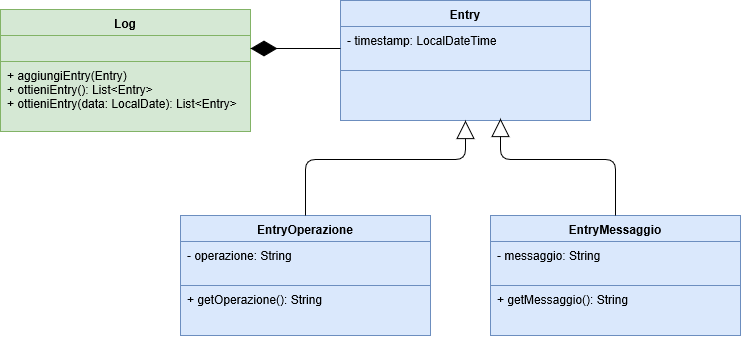
SundavarBlaka/Alexandria keeps this draw.io diagram as Progetto Dettaglio Alexandria/DominioLog.png. Above is the earlier version. Source tidied: cells renumbered, new cells last; positions are measured from the earlier drawing's top-left corner, leaving out a move shared by most shapes.
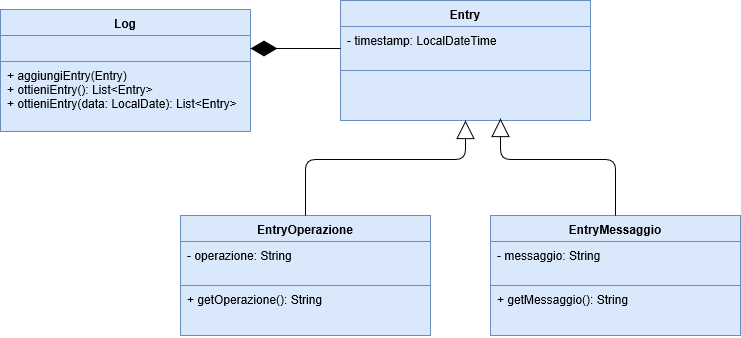
The same file after the commit.

Diff of the diagram source:
```diff
@@ -2,13 +2,13 @@
   <root>
     <mxCell id="0" />
     <mxCell id="1" parent="0" />
-    <mxCell id="2" value="Log&#10;" style="swimlane;fontStyle=1;align=center;verticalAlign=top;horizontal=1;startSize=26;fillColor=#d5e8d4;strokeColor=#82b366;" parent="1" vertex="1">
+    <mxCell id="2" value="Log&#10;" style="swimlane;fontStyle=1;align=center;verticalAlign=top;horizontal=1;startSize=26;fillColor=#dae8fc;strokeColor=#6c8ebf;" parent="1" vertex="1">
       <mxGeometry y="9" width="250" height="122" as="geometry" />
     </mxCell>
-    <mxCell id="3" style="text;strokeColor=#82b366;fillColor=#d5e8d4;align=left;verticalAlign=top;spacingLeft=4;spacingRight=4;overflow=hidden;points=[[0,0.5],[1,0.5]];portConstraint=eastwest;" parent="2" vertex="1">
+    <mxCell id="3" style="text;strokeColor=#6c8ebf;fillColor=#dae8fc;align=left;verticalAlign=top;spacingLeft=4;spacingRight=4;overflow=hidden;points=[[0,0.5],[1,0.5]];portConstraint=eastwest;" parent="2" vertex="1">
       <mxGeometry y="26" width="250" height="26" as="geometry" />
     </mxCell>
-    <mxCell id="4" value="+ aggiungiEntry(Entry)&#10;+ ottieniEntry(): List&lt;Entry&gt;&#10;+ ottieniEntry(data: LocalDate): List&lt;Entry&gt;&#10;" style="text;strokeColor=#82b366;fillColor=#d5e8d4;align=left;verticalAlign=top;spacingLeft=4;spacingRight=4;overflow=hidden;" parent="2" vertex="1">
+    <mxCell id="4" value="+ aggiungiEntry(Entry)&#10;+ ottieniEntry(): List&lt;Entry&gt;&#10;+ ottieniEntry(data: LocalDate): List&lt;Entry&gt;&#10;" style="text;strokeColor=#6c8ebf;fillColor=#dae8fc;align=left;verticalAlign=top;spacingLeft=4;spacingRight=4;overflow=hidden;" parent="2" vertex="1">
       <mxGeometry y="52" width="250" height="70" as="geometry" />
     </mxCell>
     <mxCell id="5" value="Entry" style="swimlane;fontStyle=1;align=center;verticalAlign=top;horizontal=1;startSize=26;fillColor=#dae8fc;strokeColor=#6c8ebf;" parent="1" vertex="1">
```
